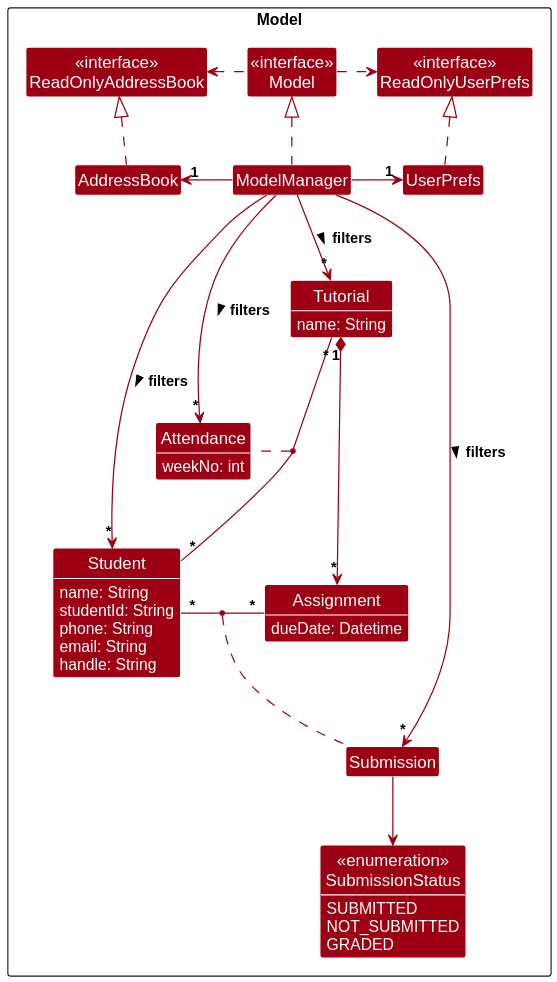
Earlier version of the PlantUML export docs/images/ModelClassDiagram.svg (WhyAre/tp). Source of this version:
```plantuml
@startuml
!include style.puml
skinparam arrowThickness 1.1
skinparam arrowColor MODEL_COLOR
skinparam classBackgroundColor MODEL_COLOR

Package Model as ModelPackage <<Rectangle>>{
Class "<<interface>>\nReadOnlyAddressBook" as ReadOnlyAddressBook
Class "<<interface>>\nReadOnlyUserPrefs" as ReadOnlyUserPrefs
Class "<<interface>>\nModel" as Model
Class AddressBook
Class ModelManager
Class UserPrefs

Class Tutorial


class Student {
    name: String
    studentId: String
    phone: String
    email: String
    handle: String
}
class Tutorial {
    name: String
}

class Assignment {
    dueDate: Datetime
}

class Attendance {
    weekNo: int
}

class Submission

enum "<<enumeration>>\nSubmissionStatus" as State {
    SUBMITTED
    NOT_SUBMITTED
    GRADED
}
}

AddressBook .up.|> ReadOnlyAddressBook

ModelManager .up.|> Model
Model .right.> ReadOnlyUserPrefs
Model .left.> ReadOnlyAddressBook
ModelManager -left-> "1" AddressBook
ModelManager -right-> "1" UserPrefs
UserPrefs .up.|> ReadOnlyUserPrefs

ModelManager --> "*" Tutorial : filters >
ModelManager --> "*" Student : filters >
ModelManager --> "*" Submission : filters >
ModelManager --> "*" Attendance : filters >

Tutorial "1" *--> "*" Assignment

Tutorial "*" -- "*" Student
(Tutorial, Student) .. Attendance

Student "*" -right- "*" Assignment
(Student, Assignment) .. Submission

Submission --> State
@enduml
```
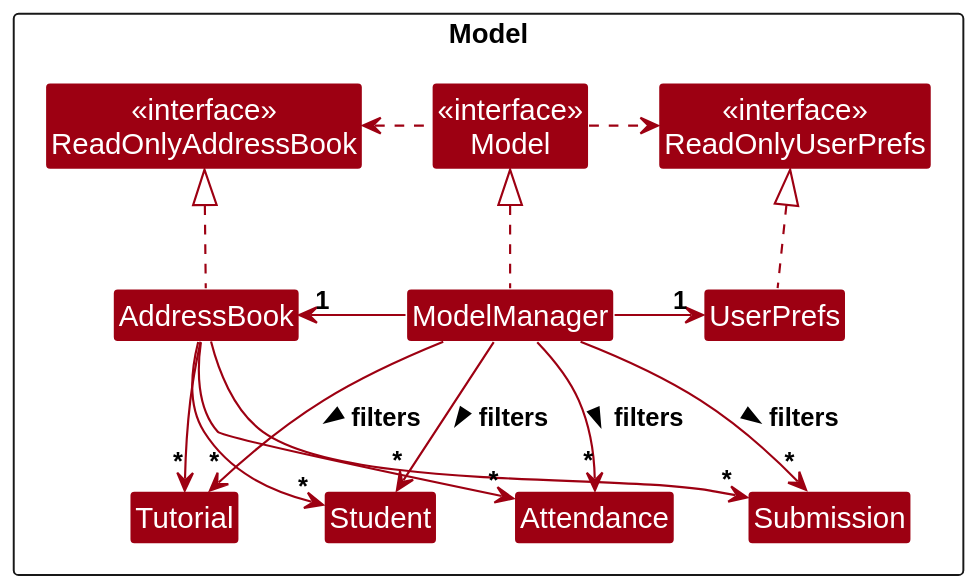
The same file after the commit.

Commit message:
Update Model section

The edit, as a diff of the source:
```diff
@@ -16,31 +16,14 @@
 
 
 class Student {
-    name: String
-    studentId: String
-    phone: String
-    email: String
-    handle: String
 }
 class Tutorial {
-    name: String
-}
-
-class Assignment {
-    dueDate: Datetime
 }
 
 class Attendance {
-    weekNo: int
 }
 
 class Submission
-
-enum "<<enumeration>>\nSubmissionStatus" as State {
-    SUBMITTED
-    NOT_SUBMITTED
-    GRADED
-}
 }
 
 AddressBook .up.|> ReadOnlyAddressBook
@@ -48,22 +31,17 @@
 ModelManager .up.|> Model
 Model .right.> ReadOnlyUserPrefs
 Model .left.> ReadOnlyAddressBook
-ModelManager -left-> "1" AddressBook
+ModelManager -right-> "1" AddressBook
 ModelManager -right-> "1" UserPrefs
 UserPrefs .up.|> ReadOnlyUserPrefs
 
-ModelManager --> "*" Tutorial : filters >
+ModelManager -down-> "*" Tutorial : filters >
 ModelManager --> "*" Student : filters >
 ModelManager --> "*" Submission : filters >
 ModelManager --> "*" Attendance : filters >
 
-Tutorial "1" *--> "*" Assignment
-
-Tutorial "*" -- "*" Student
-(Tutorial, Student) .. Attendance
-
-Student "*" -right- "*" Assignment
-(Student, Assignment) .. Submission
-
-Submission --> State
+AddressBook -->  "*" Tutorial
+AddressBook -->  "*" Student
+AddressBook -->  "*" Submission
+AddressBook -->  "*" Attendance
 @enduml
```
